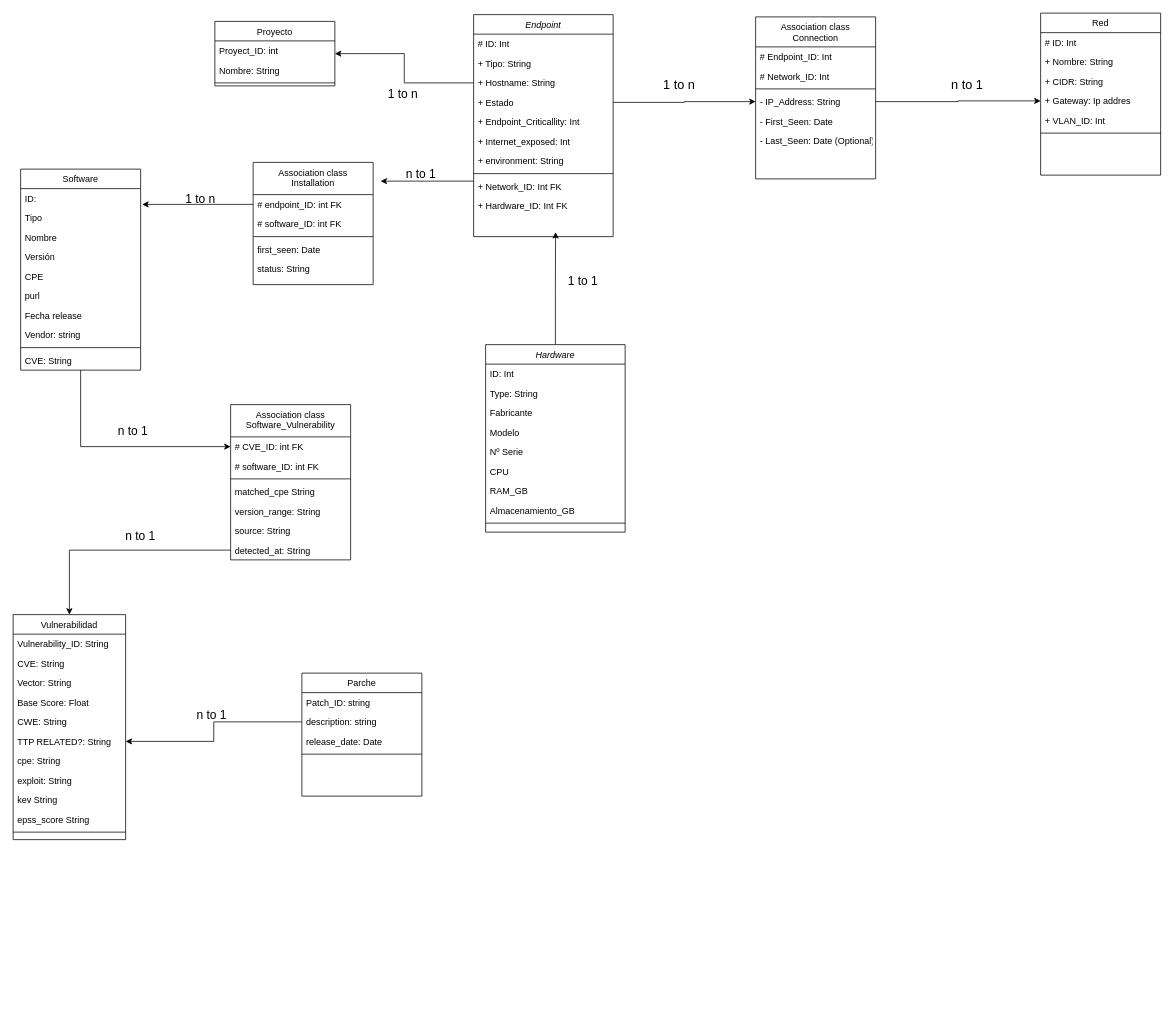
Earlier version of the draw.io diagram bbdd.drawio (TFM-UCM-Ciberseguridad-2026/BBDD). Source tidied: cells renumbered, new cells numbered last; positions are measured from the earlier drawing's top-left corner, leaving out a move shared by most shapes. Both pictures are drawn from the tidied source at 75%, with x=0, y=0 at pixel (13, 13).
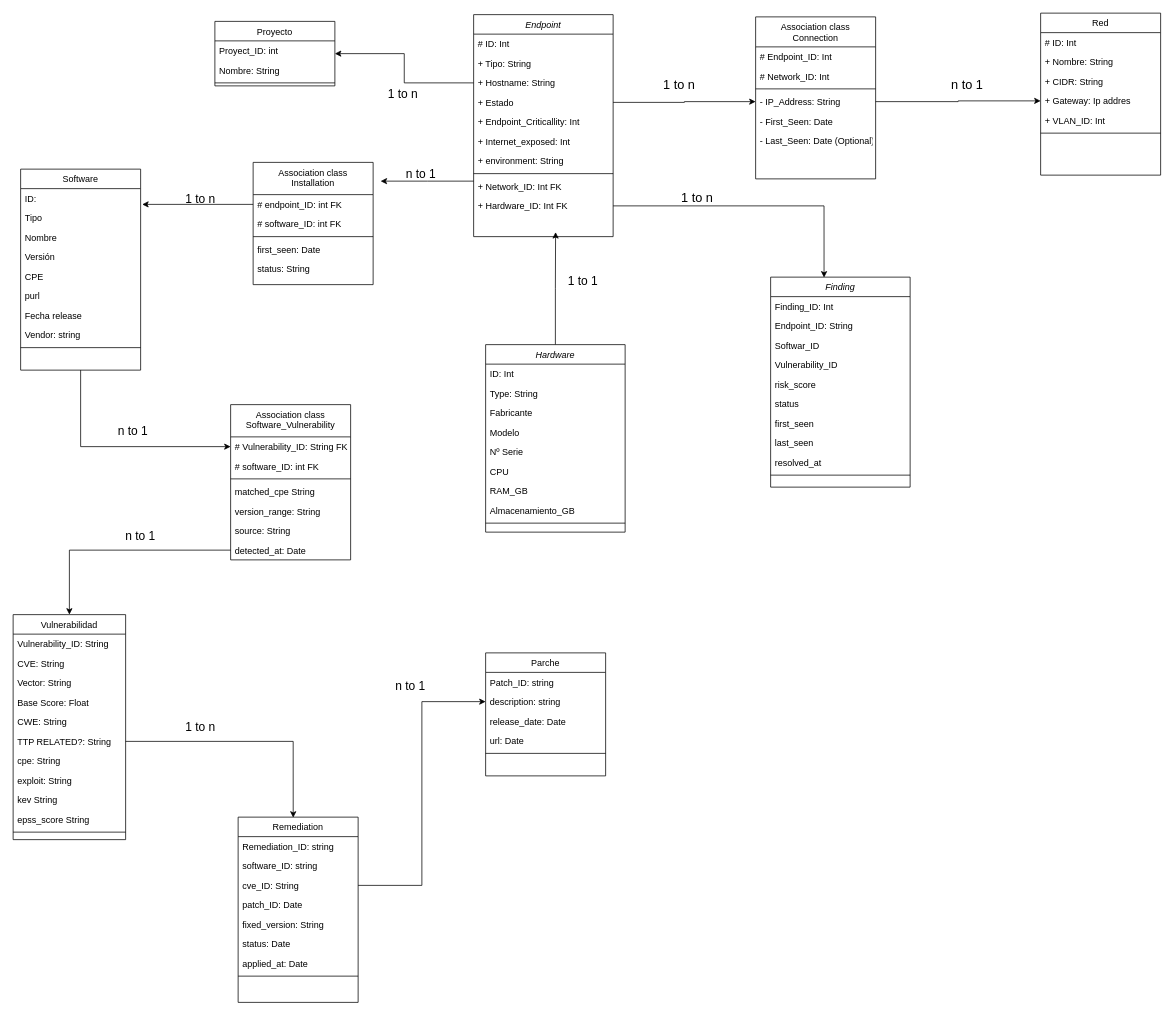
The same diagram, later.

Commit message:
new findings and remediation class

The change refers to these unchanged cells:
```xml
<mxCell id="12" value="+ Hardware_ID: Int FK" style="text;align=left;verticalAlign=top;spacingLeft=4;spacingRight=4;overflow=hidden;points=[[0,0.5],[1,0.5]];portConstraint=eastwest;rounded=0;shadow=0;html=0;" parent="2" vertex="1">
  <mxGeometry y="242" width="186" height="26" as="geometry" />
</mxCell>
<mxCell id="14" value="Software" style="swimlane;fontStyle=0;align=center;verticalAlign=top;horizontal=1;startSize=26;rounded=0;shadow=0;strokeWidth=1;" parent="1" vertex="1">
  <mxGeometry x="10" y="208" width="160" height="268" as="geometry" />
</mxCell>
<mxCell id="31" value="TTP RELATED?: String" style="text;align=left;verticalAlign=top;spacingLeft=4;spacingRight=4;overflow=hidden;points=[[0,0.5],[1,0.5]];portConstraint=eastwest;" parent="25" vertex="1">
  <mxGeometry y="156" width="150" height="26" as="geometry" />
</mxCell>
<mxCell id="46" value="description: string" style="text;align=left;verticalAlign=top;spacingLeft=4;spacingRight=4;overflow=hidden;points=[[0,0.5],[1,0.5]];portConstraint=eastwest;" parent="44" vertex="1">
  <mxGeometry y="52" width="160" height="26" as="geometry" />
</mxCell>
<mxCell id="91" value="Association class &#10;Software_Vulnerability" style="swimlane;fontStyle=0;align=center;verticalAlign=top;horizontal=1;startSize=43;rounded=0;shadow=0;strokeWidth=1;" parent="1" vertex="1">
  <mxGeometry x="290" y="522" width="160" height="207" as="geometry" />
</mxCell>
```

Change to the diagram source:
```diff
@@
-    <mxCell id="24" value="CVE: String" style="text;align=left;verticalAlign=top;spacingLeft=4;spacingRight=4;overflow=hidden;" parent="14" vertex="1">
-      <mxGeometry y="242" width="160" height="26" as="geometry" />
-    </mxCell>
@@
     <mxCell id="44" value="Parche" style="swimlane;fontStyle=0;align=center;verticalAlign=top;horizontal=1;startSize=26;rounded=0;shadow=0;strokeWidth=1;" parent="1" vertex="1">
-      <mxGeometry x="385" y="880" width="160" height="164" as="geometry" />
+      <mxGeometry x="630" y="853" width="160" height="164" as="geometry" />
     </mxCell>
@@
+    <mxCell id="101" value="url: Date" style="text;align=left;verticalAlign=top;spacingLeft=4;spacingRight=4;overflow=hidden;" parent="44" vertex="1">
+      <mxGeometry y="104" width="160" height="26" as="geometry" />
+    </mxCell>
     <mxCell id="48" style="line;html=1;strokeWidth=1;align=left;verticalAlign=middle;spacingTop=-1;spacingLeft=3;spacingRight=3;labelPosition=right;" parent="44" vertex="1">
-      <mxGeometry y="104" width="160" height="8" as="geometry" />
+      <mxGeometry y="130" width="160" height="8" as="geometry" />
     </mxCell>
@@
-    <mxCell id="78" style="edgeStyle=orthogonalEdgeStyle;rounded=0;jettySize=auto;html=1;exitX=0;exitY=0.5;exitDx=0;exitDy=0;entryX=1;entryY=0.5;entryDx=0;entryDy=0;" parent="1" edge="1" source="46" target="31">
-      <mxGeometry relative="1" as="geometry" />
-    </mxCell>
-    <mxCell id="79" value="&lt;div&gt;&lt;font style=&quot;font-size: 16px;&quot;&gt;n to 1&lt;/font&gt;&lt;/div&gt;" style="text;html=1;whiteSpace=wrap;strokeColor=none;fillColor=none;align=center;verticalAlign=middle;rounded=0;" parent="1" vertex="1">
-      <mxGeometry x="195" y="920" width="140" height="30" as="geometry" />
+    <mxCell id="79" value="&lt;div&gt;&lt;font style=&quot;font-size: 16px;&quot;&gt;1 to n&lt;/font&gt;&lt;/div&gt;" style="text;html=1;whiteSpace=wrap;strokeColor=none;fillColor=none;align=center;verticalAlign=middle;rounded=0;" parent="1" vertex="1">
+      <mxGeometry x="180" y="937" width="140" height="30" as="geometry" />
     </mxCell>
@@
-    <mxCell id="92" value="# CVE_ID: int FK " style="text;align=left;verticalAlign=top;spacingLeft=4;spacingRight=4;overflow=hidden;points=[[0,0.5],[1,0.5]];portConstraint=eastwest;" parent="91" vertex="1">
+    <mxCell id="92" value="# Vulnerability_ID: String FK " style="text;align=left;verticalAlign=top;spacingLeft=4;spacingRight=4;overflow=hidden;points=[[0,0.5],[1,0.5]];portConstraint=eastwest;" parent="91" vertex="1">
       <mxGeometry y="43" width="160" height="26" as="geometry" />
     </mxCell>
@@
-    <mxCell id="98" value="detected_at: String" style="text;align=left;verticalAlign=top;spacingLeft=4;spacingRight=4;overflow=hidden;points=[[0,0.5],[1,0.5]];portConstraint=eastwest;fontStyle=0;" parent="91" vertex="1">
+    <mxCell id="98" value="detected_at: Date" style="text;align=left;verticalAlign=top;spacingLeft=4;spacingRight=4;overflow=hidden;points=[[0,0.5],[1,0.5]];portConstraint=eastwest;fontStyle=0;" parent="91" vertex="1">
       <mxGeometry y="181" width="160" height="26" as="geometry" />
     </mxCell>
@@
+    <mxCell id="102" value="Remediation" style="swimlane;fontStyle=0;align=center;verticalAlign=top;horizontal=1;startSize=26;rounded=0;shadow=0;strokeWidth=1;" parent="1" vertex="1">
+      <mxGeometry x="300" y="1072" width="160" height="247" as="geometry" />
+    </mxCell>
+    <mxCell id="103" value="Remediation_ID: string" style="text;align=left;verticalAlign=top;spacingLeft=4;spacingRight=4;overflow=hidden;" parent="102" vertex="1">
+      <mxGeometry y="26" width="160" height="26" as="geometry" />
+    </mxCell>
+    <mxCell id="104" value="software_ID: string" style="text;align=left;verticalAlign=top;spacingLeft=4;spacingRight=4;overflow=hidden;" parent="102" vertex="1">
+      <mxGeometry y="52" width="160" height="26" as="geometry" />
+    </mxCell>
+    <mxCell id="105" value="cve_ID: String" style="text;align=left;verticalAlign=top;spacingLeft=4;spacingRight=4;overflow=hidden;points=[[0,0.5],[1,0.5]];portConstraint=eastwest;" parent="102" vertex="1">
+      <mxGeometry y="78" width="160" height="26" as="geometry" />
+    </mxCell>
+    <mxCell id="106" value="patch_ID: Date" style="text;align=left;verticalAlign=top;spacingLeft=4;spacingRight=4;overflow=hidden;" parent="102" vertex="1">
+      <mxGeometry y="104" width="160" height="26" as="geometry" />
+    </mxCell>
+    <mxCell id="107" value="fixed_version: String" style="text;align=left;verticalAlign=top;spacingLeft=4;spacingRight=4;overflow=hidden;" parent="102" vertex="1">
+      <mxGeometry y="130" width="160" height="26" as="geometry" />
+    </mxCell>
+    <mxCell id="108" value="status: Date" style="text;align=left;verticalAlign=top;spacingLeft=4;spacingRight=4;overflow=hidden;" parent="102" vertex="1">
+      <mxGeometry y="156" width="160" height="26" as="geometry" />
+    </mxCell>
+    <mxCell id="109" value="applied_at: Date" style="text;align=left;verticalAlign=top;spacingLeft=4;spacingRight=4;overflow=hidden;" parent="102" vertex="1">
+      <mxGeometry y="182" width="160" height="26" as="geometry" />
+    </mxCell>
+    <mxCell id="110" style="line;html=1;strokeWidth=1;align=left;verticalAlign=middle;spacingTop=-1;spacingLeft=3;spacingRight=3;labelPosition=right;" parent="102" vertex="1">
+      <mxGeometry y="208" width="160" height="8" as="geometry" />
+    </mxCell>
+    <mxCell id="111" style="edgeStyle=orthogonalEdgeStyle;rounded=0;jettySize=auto;html=1;exitX=1;exitY=0.5;exitDx=0;exitDy=0;entryX=0.459;entryY=0.003;entryDx=0;entryDy=0;entryPerimeter=0;" parent="1" edge="1" source="31" target="102">
+      <mxGeometry relative="1" as="geometry" />
+    </mxCell>
+    <mxCell id="112" style="edgeStyle=orthogonalEdgeStyle;rounded=0;jettySize=auto;html=1;exitX=1;exitY=0.5;exitDx=0;exitDy=0;entryX=0;entryY=0.5;entryDx=0;entryDy=0;" parent="1" edge="1" source="105" target="46">
+      <mxGeometry relative="1" as="geometry" />
+    </mxCell>
+    <mxCell id="113" value="&lt;font style=&quot;font-size: 16px;&quot;&gt;n to 1&lt;/font&gt;" style="text;html=1;whiteSpace=wrap;strokeColor=none;fillColor=none;align=center;verticalAlign=middle;rounded=0;" parent="1" vertex="1">
+      <mxGeometry x="460" y="882" width="140" height="30" as="geometry" />
+    </mxCell>
+    <mxCell id="114" value="Finding" style="swimlane;fontStyle=2;align=center;verticalAlign=top;horizontal=1;startSize=26;rounded=0;shadow=0;strokeWidth=1;" parent="1" vertex="1">
+      <mxGeometry x="1010" y="352" width="186" height="280" as="geometry" />
+    </mxCell>
+    <mxCell id="115" value="Finding_ID: Int" style="text;align=left;verticalAlign=top;spacingLeft=4;spacingRight=4;overflow=hidden;" parent="114" vertex="1">
+      <mxGeometry y="26" width="186" height="26" as="geometry" />
+    </mxCell>
+    <mxCell id="116" value="Endpoint_ID: String" style="text;align=left;verticalAlign=top;spacingLeft=4;spacingRight=4;overflow=hidden;" parent="114" vertex="1">
+      <mxGeometry y="52" width="186" height="26" as="geometry" />
+    </mxCell>
+    <mxCell id="117" value="Softwar_ID" style="text;align=left;verticalAlign=top;spacingLeft=4;spacingRight=4;overflow=hidden;rounded=0;shadow=0;html=0;" parent="114" vertex="1">
+      <mxGeometry y="78" width="186" height="26" as="geometry" />
+    </mxCell>
+    <mxCell id="118" value="Vulnerability_ID" style="text;align=left;verticalAlign=top;spacingLeft=4;spacingRight=4;overflow=hidden;rounded=0;shadow=0;html=0;" parent="114" vertex="1">
+      <mxGeometry y="104" width="186" height="26" as="geometry" />
+    </mxCell>
+    <mxCell id="119" value="risk_score" style="text;align=left;verticalAlign=top;spacingLeft=4;spacingRight=4;overflow=hidden;rounded=0;shadow=0;html=0;" parent="114" vertex="1">
+      <mxGeometry y="130" width="186" height="26" as="geometry" />
+    </mxCell>
+    <mxCell id="120" value="status" style="text;align=left;verticalAlign=top;spacingLeft=4;spacingRight=4;overflow=hidden;rounded=0;shadow=0;html=0;" parent="114" vertex="1">
+      <mxGeometry y="156" width="186" height="26" as="geometry" />
+    </mxCell>
+    <mxCell id="121" value="first_seen" style="text;align=left;verticalAlign=top;spacingLeft=4;spacingRight=4;overflow=hidden;rounded=0;shadow=0;html=0;" parent="114" vertex="1">
+      <mxGeometry y="182" width="186" height="26" as="geometry" />
+    </mxCell>
+    <mxCell id="122" value="last_seen" style="text;align=left;verticalAlign=top;spacingLeft=4;spacingRight=4;overflow=hidden;rounded=0;shadow=0;html=0;" parent="114" vertex="1">
+      <mxGeometry y="208" width="186" height="26" as="geometry" />
+    </mxCell>
+    <mxCell id="123" value="resolved_at" style="text;align=left;verticalAlign=top;spacingLeft=4;spacingRight=4;overflow=hidden;rounded=0;shadow=0;html=0;" parent="114" vertex="1">
+      <mxGeometry y="234" width="186" height="26" as="geometry" />
+    </mxCell>
+    <mxCell id="124" style="line;html=1;strokeWidth=1;align=left;verticalAlign=middle;spacingTop=-1;spacingLeft=3;spacingRight=3;labelPosition=right;" parent="114" vertex="1">
+      <mxGeometry y="260" width="186" height="8" as="geometry" />
+    </mxCell>
+    <mxCell id="125" style="edgeStyle=orthogonalEdgeStyle;rounded=0;jettySize=auto;html=1;exitX=1;exitY=0.5;exitDx=0;exitDy=0;entryX=0.383;entryY=0.002;entryDx=0;entryDy=0;entryPerimeter=0;" parent="1" edge="1" source="12" target="114">
+      <mxGeometry relative="1" as="geometry" />
+    </mxCell>
+    <mxCell id="126" value="&lt;font style=&quot;font-size: 17px;&quot;&gt;&amp;nbsp;1 to n&lt;/font&gt;" style="text;html=1;whiteSpace=wrap;strokeColor=none;fillColor=none;align=center;verticalAlign=middle;rounded=0;" parent="1" vertex="1">
+      <mxGeometry x="840" y="232" width="140" height="30" as="geometry" />
+    </mxCell>
```
